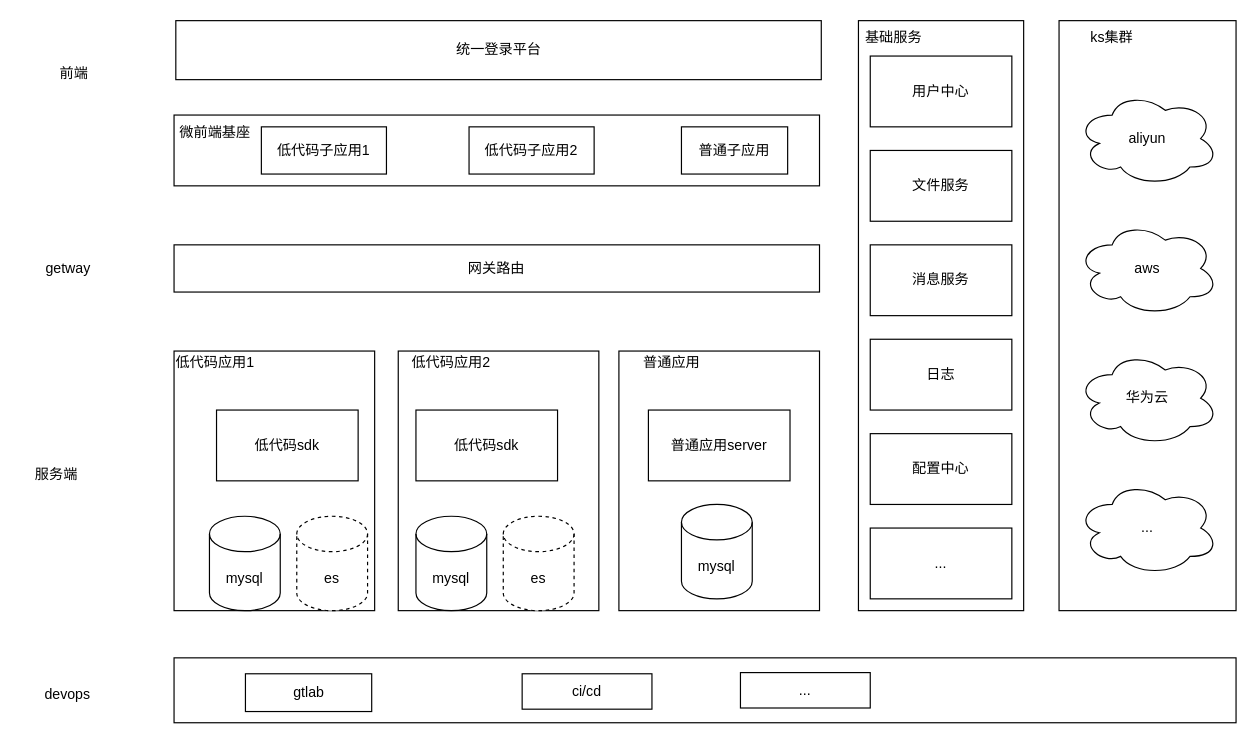
The draw.io diagram source/_drafts/技术架构.drawio in zzy1661/hexo-blog, before the edit. Source tidied: cells renumbered, new cells numbered last; positions are measured from the earlier drawing's top-left corner, leaving out a move shared by most shapes. Both pictures are drawn from the tidied source at 118%, with x=0, y=0 at pixel (20, 20).
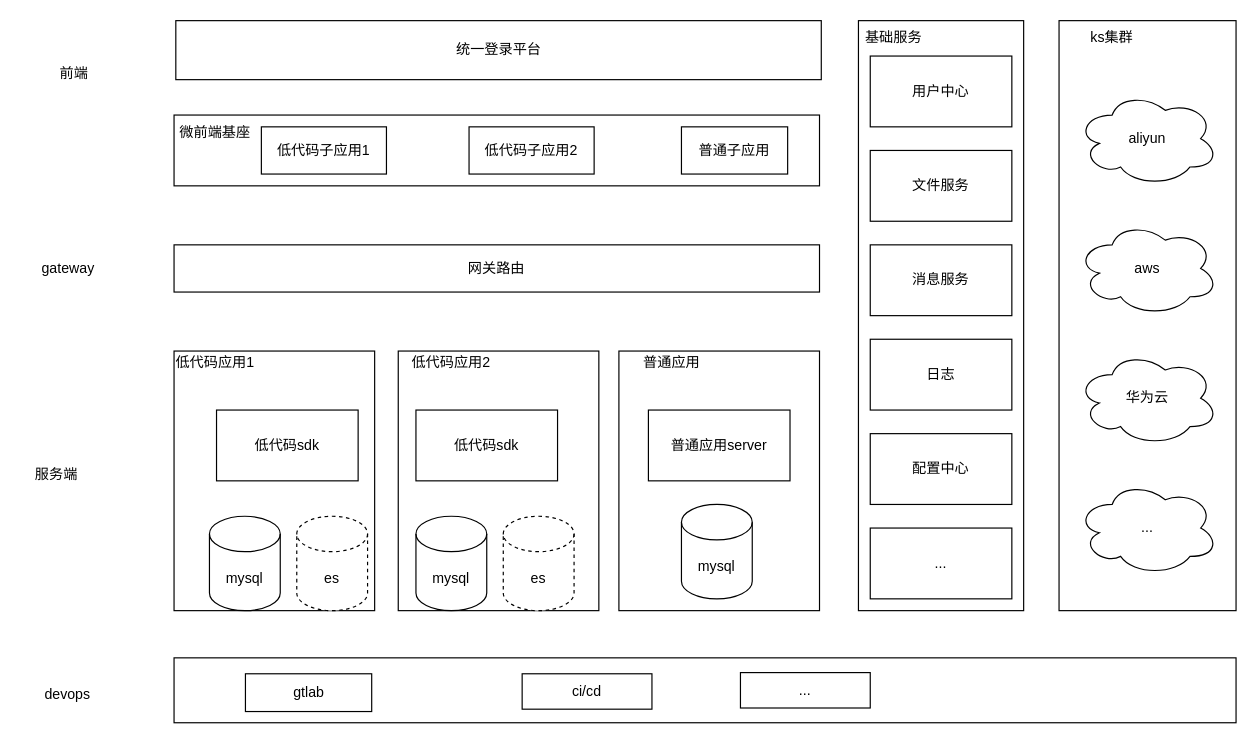
The same diagram, later.

Change to the diagram source:
```diff
@@
-    <mxCell id="10" value="getway" style="text;html=1;align=center;verticalAlign=middle;strokeColor=none;fillColor=none;" parent="1" vertex="1">
-      <mxGeometry x="10" y="195" width="60" height="30" as="geometry" />
+    <mxCell id="10" value="gateway" style="text;html=1;align=center;verticalAlign=middle;strokeColor=none;fillColor=none;" parent="1" vertex="1">
+      <mxGeometry x="10" y="200" width="60" height="20" as="geometry" />
     </mxCell>
```
